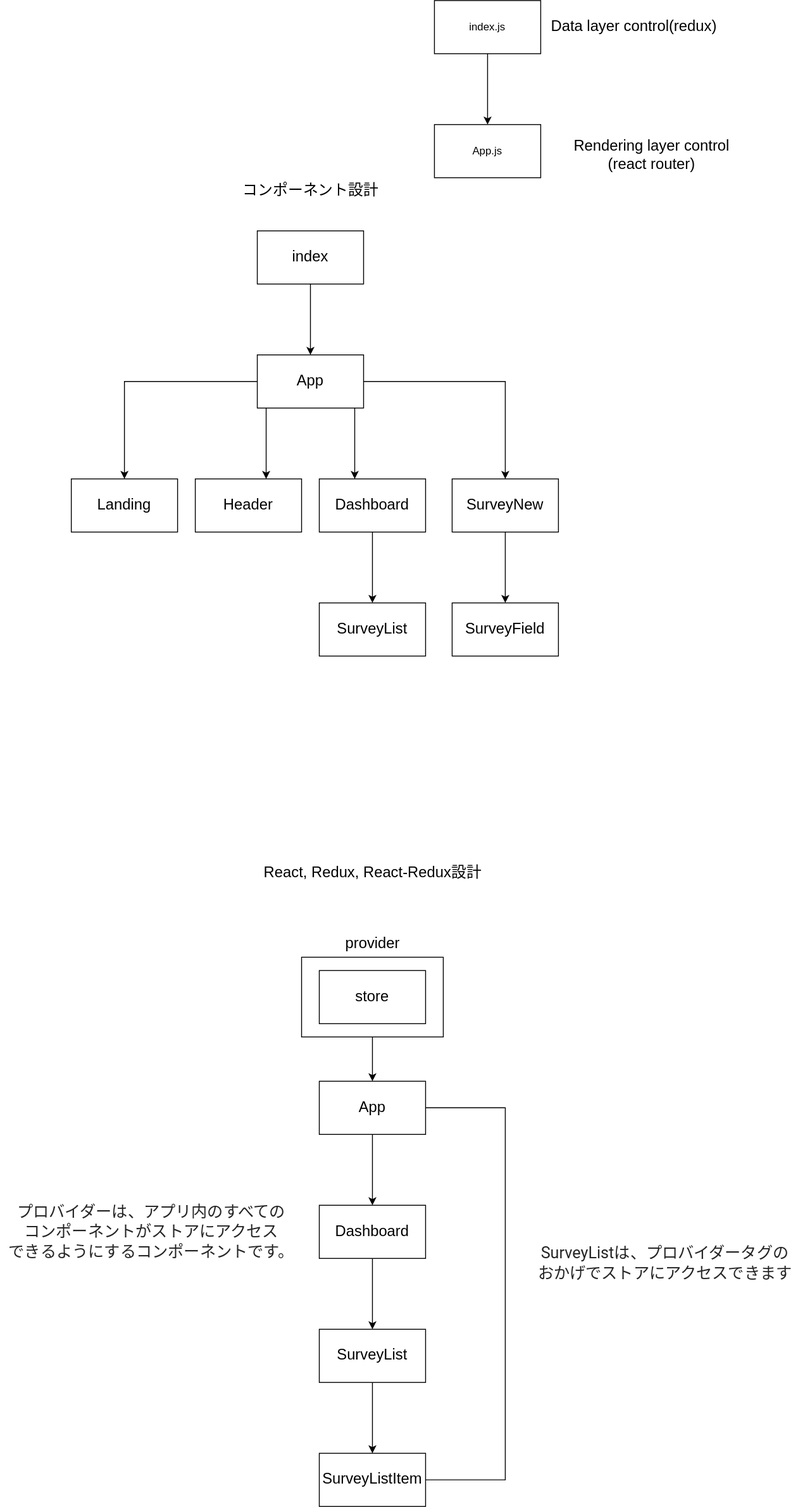
awsome-cats/react-design keeps this draw.io diagram as react-design.svg. Above is the earlier version. Source tidied: cells renumbered, new cells last; positions are measured from the earlier drawing's top-left corner, leaving out a move shared by most shapes.
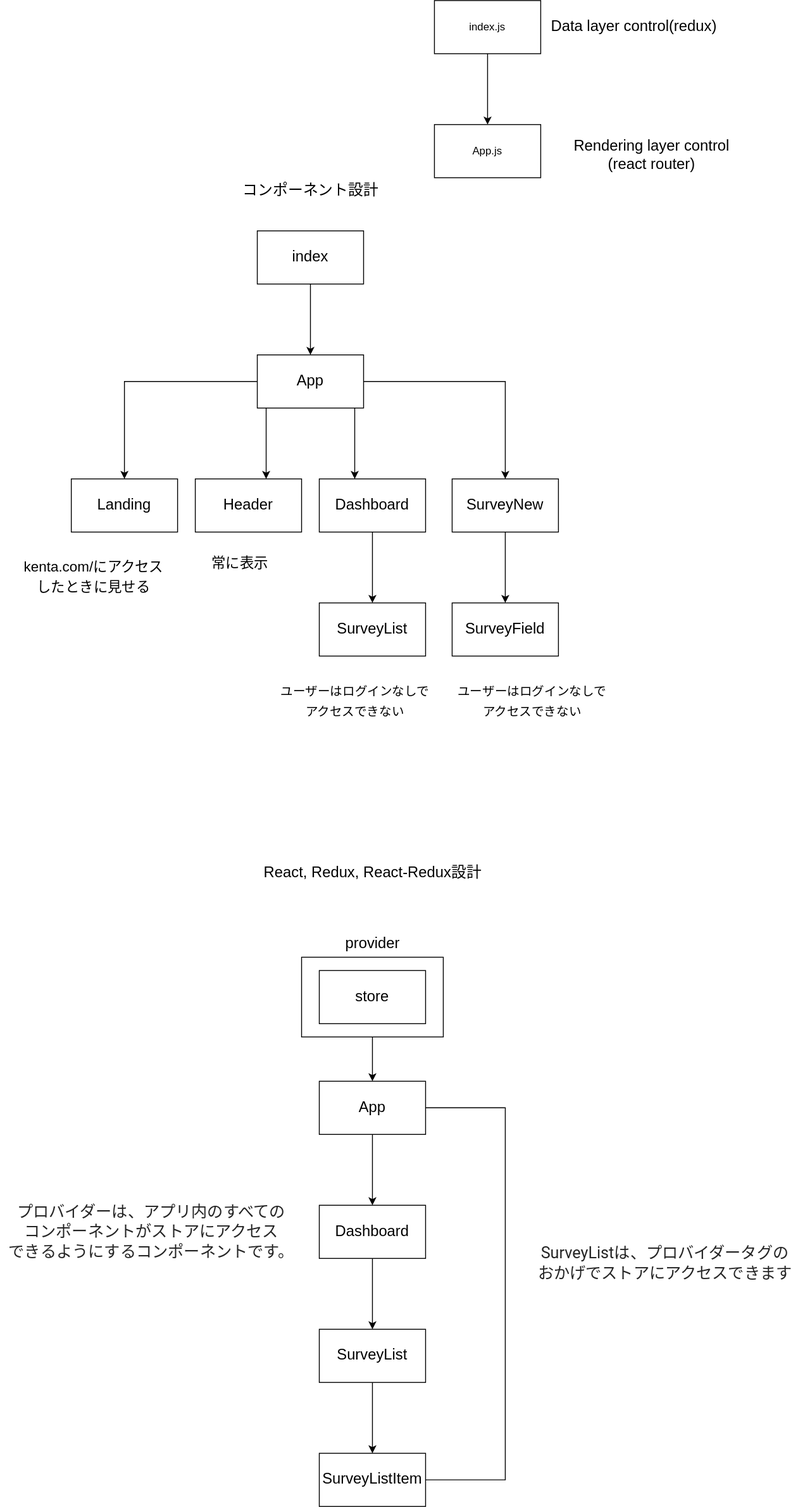
Above is the later version.

Commit message:
react-design.svg を更新します

What changed in the source:
```diff
@@ -124,5 +124,17 @@
     <mxCell id="37" value="&lt;div id=&quot;translation&quot; style=&quot;color: rgb(37 , 37 , 37) ; font-family: &amp;#34;roboto&amp;#34; , &amp;#34;arial&amp;#34; , sans-serif ; font-size: 14px ; display: inline&quot;&gt;&lt;div class=&quot;gtx-body&quot; style=&quot;display: inline ; font-size: 18px ; margin: 5px auto ; padding: 5px 0px&quot;&gt;プロバイダーは、アプリ内のすべての&lt;br&gt;コンポーネントがストアにアクセス&lt;br&gt;できるようにするコンポーネントです。&lt;/div&gt;&lt;br&gt;&lt;/div&gt;&lt;span style=&quot;color: rgb(37 , 37 , 37) ; font-family: &amp;#34;roboto&amp;#34; , &amp;#34;arial&amp;#34; , sans-serif ; font-size: 14px&quot;&gt;&lt;/span&gt;" style="text;html=1;align=center;verticalAlign=middle;fillColor=none;strokeColor=none;rounded=0;shadow=0;fontSize=17;" parent="1" vertex="1">
       <mxGeometry y="1355" width="340" height="70" as="geometry" />
     </mxCell>
+    <mxCell id="38" value="&lt;font style=&quot;font-size: 16px&quot;&gt;kenta.com/にアクセス&lt;br&gt;したときに見せる&lt;/font&gt;" style="text;html=1;align=center;verticalAlign=middle;strokeColor=none;fontSize=19;" parent="1" vertex="1">
+      <mxGeometry x="20" y="620" width="170" height="60" as="geometry" />
+    </mxCell>
+    <mxCell id="39" value="&lt;span style=&quot;font-size: 16px&quot;&gt;常に表示&lt;/span&gt;" style="text;html=1;align=center;verticalAlign=middle;strokeColor=none;fontSize=19;" parent="1" vertex="1">
+      <mxGeometry x="230" y="620" width="80" height="30" as="geometry" />
+    </mxCell>
+    <mxCell id="40" value="&lt;span style=&quot;font-size: 14px&quot;&gt;ユーザーはログインなしで&lt;br&gt;アクセスできない&lt;br&gt;&lt;/span&gt;" style="text;html=1;align=center;verticalAlign=middle;strokeColor=none;fontSize=19;" parent="1" vertex="1">
+      <mxGeometry x="510" y="760" width="180" height="60" as="geometry" />
+    </mxCell>
+    <mxCell id="41" value="&lt;span style=&quot;font-size: 14px&quot;&gt;ユーザーはログインなしで&lt;br&gt;アクセスできない&lt;br&gt;&lt;/span&gt;" style="text;html=1;align=center;verticalAlign=middle;strokeColor=none;fontSize=19;" parent="1" vertex="1">
+      <mxGeometry x="310" y="760" width="180" height="60" as="geometry" />
+    </mxCell>
   </root>
 </mxGraphModel>
```
